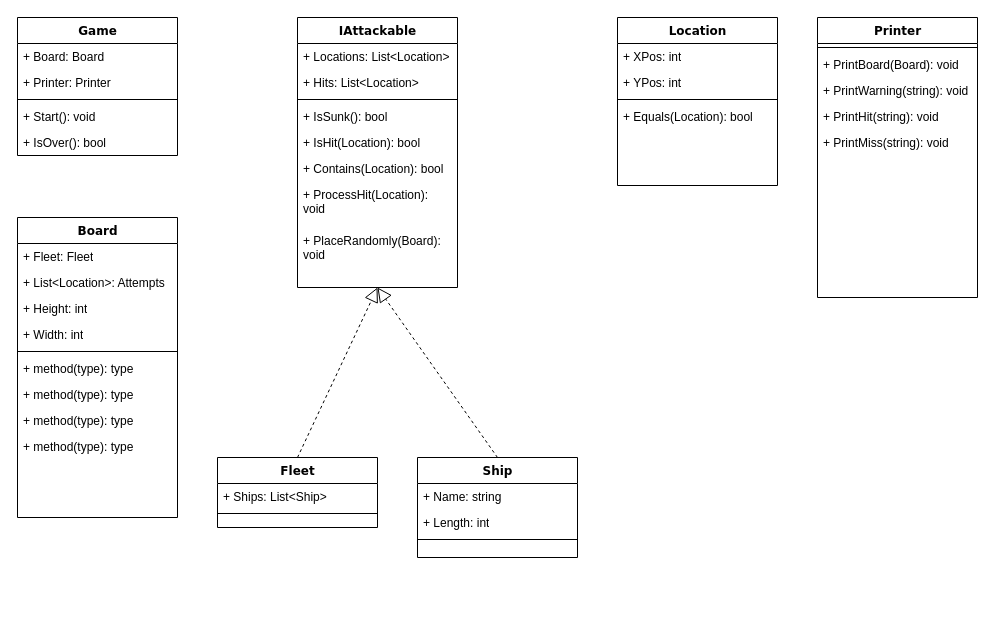
Above: BattleshipCSharp/Class Diagram.drawio in davidabrowning/battleship-csharp (draw.io), before the change. Source tidied: cells renumbered, new cells numbered last; positions are measured from the earlier drawing's top-left corner, leaving out a move shared by most shapes. Both pictures are drawn from the tidied source at 100%, with x=0, y=0 at pixel (17, 17).
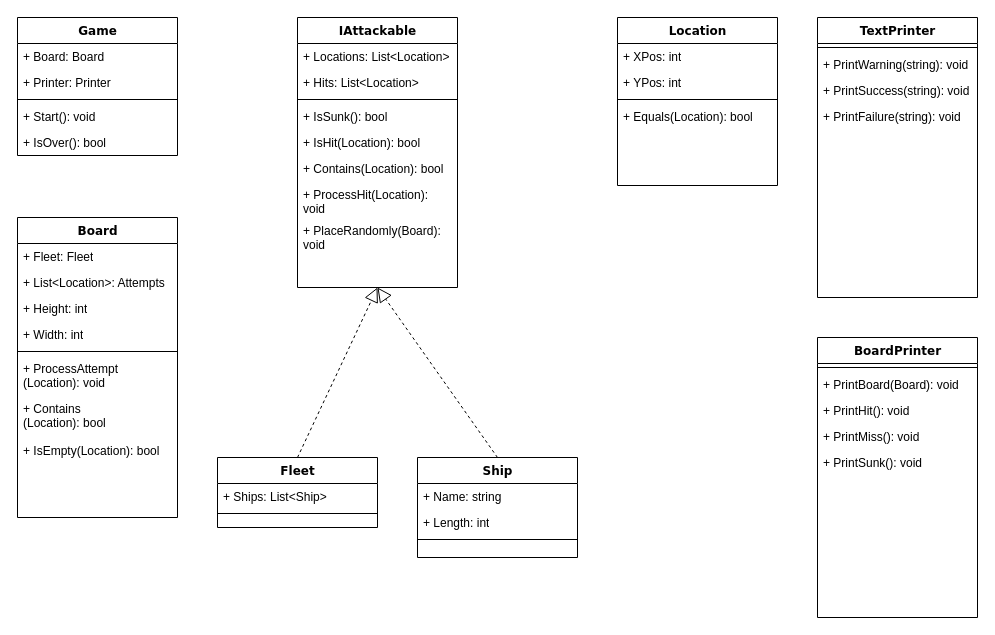
The same diagram, later.

Unchanged cells that the change refers to:
```xml
<mxCell id="15" value="Board" style="swimlane;html=1;fontStyle=1;align=center;verticalAlign=top;horizontal=1;startSize=26;swimlaneFillColor=#ffffff;rounded=0;shadow=0;comic=0;labelBackgroundColor=none;strokeWidth=1;fillColor=none;fontFamily=Verdana;fontSize=12;" parent="1" vertex="1">
  <mxGeometry y="200" width="160" height="300" as="geometry" />
</mxCell>
<mxCell id="36" value="IAttackable" style="swimlane;html=1;fontStyle=1;align=center;verticalAlign=top;horizontal=1;startSize=26;swimlaneFillColor=#ffffff;rounded=0;shadow=0;comic=0;labelBackgroundColor=none;strokeWidth=1;fillColor=none;fontFamily=Verdana;fontSize=12;" parent="1" vertex="1">
  <mxGeometry x="280" width="160" height="270" as="geometry" />
</mxCell>
```

Change to the diagram source:
```diff
@@
+    <mxCell id="47" value="+ ProcessAttempt (Location): void" style="text;html=1;strokeColor=none;fillColor=none;align=left;verticalAlign=top;spacingLeft=4;spacingRight=4;whiteSpace=wrap;overflow=hidden;" parent="15" vertex="1">
+      <mxGeometry y="138" width="160" height="40" as="geometry" />
+    </mxCell>
-    <mxCell id="21" value="+ method(type): type" style="text;html=1;strokeColor=none;fillColor=none;align=left;verticalAlign=top;spacingLeft=4;spacingRight=4;whiteSpace=wrap;overflow=hidden;" parent="15" vertex="1">
-      <mxGeometry y="138" width="160" height="26" as="geometry" />
+    <mxCell id="21" value="+ Contains&lt;div&gt;(Location): bool&lt;/div&gt;" style="text;html=1;strokeColor=none;fillColor=none;align=left;verticalAlign=top;spacingLeft=4;spacingRight=4;whiteSpace=wrap;overflow=hidden;" parent="15" vertex="1">
+      <mxGeometry y="178" width="160" height="42" as="geometry" />
     </mxCell>
-    <mxCell id="22" value="+ method(type): type" style="text;html=1;strokeColor=none;fillColor=none;align=left;verticalAlign=top;spacingLeft=4;spacingRight=4;whiteSpace=wrap;overflow=hidden;" parent="15" vertex="1">
-      <mxGeometry y="164" width="160" height="26" as="geometry" />
+    <mxCell id="22" value="+ IsEmpty(Location): bool" style="text;html=1;strokeColor=none;fillColor=none;align=left;verticalAlign=top;spacingLeft=4;spacingRight=4;whiteSpace=wrap;overflow=hidden;" parent="15" vertex="1">
+      <mxGeometry y="220" width="160" height="26" as="geometry" />
     </mxCell>
-    <mxCell id="23" value="+ method(type): type" style="text;html=1;strokeColor=none;fillColor=none;align=left;verticalAlign=top;spacingLeft=4;spacingRight=4;whiteSpace=wrap;overflow=hidden;" parent="15" vertex="1">
-      <mxGeometry y="190" width="160" height="26" as="geometry" />
-    </mxCell>
-    <mxCell id="24" value="+ method(type): type" style="text;html=1;strokeColor=none;fillColor=none;align=left;verticalAlign=top;spacingLeft=4;spacingRight=4;whiteSpace=wrap;overflow=hidden;" parent="15" vertex="1">
-      <mxGeometry y="216" width="160" height="26" as="geometry" />
-    </mxCell>
@@
-    <mxCell id="30" value="Printer" style="swimlane;html=1;fontStyle=1;align=center;verticalAlign=top;horizontal=1;startSize=26;swimlaneFillColor=#ffffff;rounded=0;shadow=0;comic=0;labelBackgroundColor=none;strokeWidth=1;fillColor=none;fontFamily=Verdana;fontSize=12;" parent="1" vertex="1">
+    <mxCell id="30" value="TextPrinter" style="swimlane;html=1;fontStyle=1;align=center;verticalAlign=top;horizontal=1;startSize=26;swimlaneFillColor=#ffffff;rounded=0;shadow=0;comic=0;labelBackgroundColor=none;strokeWidth=1;fillColor=none;fontFamily=Verdana;fontSize=12;" parent="1" vertex="1">
       <mxGeometry x="800" width="160" height="280" as="geometry" />
     </mxCell>
@@
-    <mxCell id="32" value="+ PrintBoard(Board): void" style="text;html=1;strokeColor=none;fillColor=none;align=left;verticalAlign=top;spacingLeft=4;spacingRight=4;whiteSpace=wrap;overflow=hidden;" parent="30" vertex="1">
-      <mxGeometry y="34" width="160" height="26" as="geometry" />
-    </mxCell>
     <mxCell id="33" value="+ PrintWarning(string): void" style="text;html=1;strokeColor=none;fillColor=none;align=left;verticalAlign=top;spacingLeft=4;spacingRight=4;whiteSpace=wrap;overflow=hidden;" parent="30" vertex="1">
-      <mxGeometry y="60" width="160" height="26" as="geometry" />
+      <mxGeometry y="34" width="160" height="26" as="geometry" />
     </mxCell>
-    <mxCell id="34" value="+ PrintHit(string): void" style="text;html=1;strokeColor=none;fillColor=none;align=left;verticalAlign=top;spacingLeft=4;spacingRight=4;whiteSpace=wrap;overflow=hidden;" parent="30" vertex="1">
-      <mxGeometry y="86" width="160" height="26" as="geometry" />
+    <mxCell id="34" value="+ PrintSuccess(string): void" style="text;html=1;strokeColor=none;fillColor=none;align=left;verticalAlign=top;spacingLeft=4;spacingRight=4;whiteSpace=wrap;overflow=hidden;" parent="30" vertex="1">
+      <mxGeometry y="60" width="160" height="26" as="geometry" />
     </mxCell>
-    <mxCell id="35" value="+ PrintMiss(string): void" style="text;html=1;strokeColor=none;fillColor=none;align=left;verticalAlign=top;spacingLeft=4;spacingRight=4;whiteSpace=wrap;overflow=hidden;" parent="30" vertex="1">
-      <mxGeometry y="112" width="160" height="26" as="geometry" />
+    <mxCell id="35" value="+ PrintFailure(string): void" style="text;html=1;strokeColor=none;fillColor=none;align=left;verticalAlign=top;spacingLeft=4;spacingRight=4;whiteSpace=wrap;overflow=hidden;" parent="30" vertex="1">
+      <mxGeometry y="86" width="160" height="26" as="geometry" />
     </mxCell>
@@
     <mxCell id="43" value="+ ProcessHit(Location): void" style="text;html=1;strokeColor=none;fillColor=none;align=left;verticalAlign=top;spacingLeft=4;spacingRight=4;whiteSpace=wrap;overflow=hidden;" parent="36" vertex="1">
-      <mxGeometry y="164" width="160" height="46" as="geometry" />
+      <mxGeometry y="164" width="160" height="36" as="geometry" />
     </mxCell>
     <mxCell id="44" value="+ PlaceRandomly(Board): void" style="text;html=1;strokeColor=none;fillColor=none;align=left;verticalAlign=top;spacingLeft=4;spacingRight=4;whiteSpace=wrap;overflow=hidden;" parent="36" vertex="1">
-      <mxGeometry y="210" width="160" height="40" as="geometry" />
+      <mxGeometry y="200" width="160" height="40" as="geometry" />
     </mxCell>
@@
+    <mxCell id="48" value="BoardPrinter" style="swimlane;html=1;fontStyle=1;align=center;verticalAlign=top;horizontal=1;startSize=26;swimlaneFillColor=#ffffff;rounded=0;shadow=0;comic=0;labelBackgroundColor=none;strokeWidth=1;fillColor=none;fontFamily=Verdana;fontSize=12;" parent="1" vertex="1">
+      <mxGeometry x="800" y="320" width="160" height="280" as="geometry" />
+    </mxCell>
+    <mxCell id="49" style="line;html=1;strokeWidth=1;fillColor=none;align=left;verticalAlign=middle;spacingTop=-1;spacingLeft=3;spacingRight=3;labelPosition=right;" parent="48" vertex="1">
+      <mxGeometry y="26" width="160" height="8" as="geometry" />
+    </mxCell>
+    <mxCell id="32" value="+ PrintBoard(Board): void" style="text;html=1;strokeColor=none;fillColor=none;align=left;verticalAlign=top;spacingLeft=4;spacingRight=4;whiteSpace=wrap;overflow=hidden;" parent="48" vertex="1">
+      <mxGeometry y="34" width="160" height="26" as="geometry" />
+    </mxCell>
+    <mxCell id="50" value="+ PrintHit(): void" style="text;html=1;strokeColor=none;fillColor=none;align=left;verticalAlign=top;spacingLeft=4;spacingRight=4;whiteSpace=wrap;overflow=hidden;" parent="48" vertex="1">
+      <mxGeometry y="60" width="160" height="26" as="geometry" />
+    </mxCell>
+    <mxCell id="51" value="+ PrintMiss(): void" style="text;html=1;strokeColor=none;fillColor=none;align=left;verticalAlign=top;spacingLeft=4;spacingRight=4;whiteSpace=wrap;overflow=hidden;" parent="48" vertex="1">
+      <mxGeometry y="86" width="160" height="26" as="geometry" />
+    </mxCell>
+    <mxCell id="52" value="+ PrintSunk(): void" style="text;html=1;strokeColor=none;fillColor=none;align=left;verticalAlign=top;spacingLeft=4;spacingRight=4;whiteSpace=wrap;overflow=hidden;" parent="48" vertex="1">
+      <mxGeometry y="112" width="160" height="26" as="geometry" />
+    </mxCell>
```
